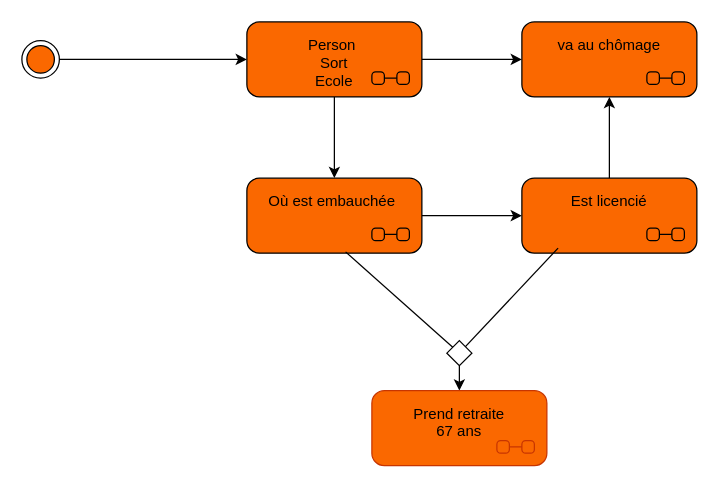
Before: Untitled Diagram.drawio in GillesRaepsaet/BaseHtml, a draw.io diagram. Source tidied: cells renumbered, new cells numbered last; positions are measured from the earlier drawing's top-left corner, leaving out a move shared by most shapes. Both pictures are drawn from the tidied source at 125%, with x=0, y=0 at pixel (21, 21).
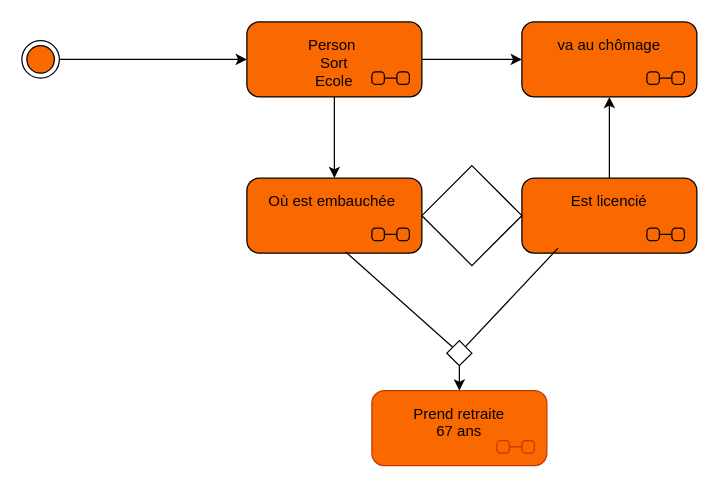
After the change.

Commit message:
Diagramme d’état-transition/PersonSortEcole

The edit, as a diff of the source:
```diff
@@
 <mxGraphModel>
   <root>
     <mxCell id="0" />
     <mxCell id="1" parent="0" />
     <mxCell id="2" style="edgeStyle=orthogonalEdgeStyle;rounded=1;jettySize=auto;html=1;exitX=1;exitY=0.5;exitDx=0;exitDy=0;fillColor=#fa6800;strokeColor=default;shadow=0;" parent="1" edge="1" source="3">
       <mxGeometry relative="1" as="geometry">
         <mxPoint x="180" y="30" as="targetPoint" />
       </mxGeometry>
     </mxCell>
     <mxCell id="3" style="ellipse;html=1;shape=endState;fillColor=#fa6800;strokeColor=default;rounded=1;fontColor=#000000;shadow=0;" parent="1" vertex="1">
       <mxGeometry y="15" width="30" height="30" as="geometry" />
     </mxCell>
     <mxCell id="4" style="edgeStyle=orthogonalEdgeStyle;rounded=1;jettySize=auto;html=1;fillColor=#fa6800;strokeColor=default;shadow=0;" parent="1" edge="1" source="6" target="7">
       <mxGeometry relative="1" as="geometry" />
     </mxCell>
     <mxCell id="5" style="edgeStyle=orthogonalEdgeStyle;rounded=0;hachureGap=4;jettySize=auto;html=1;exitX=0.5;exitY=1;exitDx=0;exitDy=0;entryX=0.5;entryY=0;entryDx=0;entryDy=0;fontFamily=Architects Daughter;" parent="1" edge="1" source="6" target="9">
       <mxGeometry relative="1" as="geometry" />
     </mxCell>
     <mxCell id="6" value="Person&amp;nbsp;&lt;div&gt;Sort&lt;/div&gt;&lt;div&gt;Ecole&lt;/div&gt;" style="shape=umlState;rounded=1;verticalAlign=top;spacingTop=5;umlStateSymbol=collapseState;absoluteArcSize=1;arcSize=10;html=1;whiteSpace=wrap;fillColor=#fa6800;fontColor=#000000;strokeColor=default;shadow=0;" parent="1" vertex="1">
       <mxGeometry x="180" width="140" height="60" as="geometry" />
     </mxCell>
     <mxCell id="7" value="va au chômage" style="shape=umlState;rounded=1;verticalAlign=top;spacingTop=5;umlStateSymbol=collapseState;absoluteArcSize=1;arcSize=10;html=1;whiteSpace=wrap;fillColor=#fa6800;fontColor=#000000;strokeColor=default;shadow=0;" parent="1" vertex="1">
       <mxGeometry x="400" width="140" height="60" as="geometry" />
     </mxCell>
     <mxCell id="8" style="rounded=0;jettySize=auto;html=1;elbow=vertical;" parent="1" edge="1" source="9" target="11">
       <mxGeometry relative="1" as="geometry" />
     </mxCell>
     <mxCell id="9" value="Où est embauchée&amp;nbsp;" style="shape=umlState;rounded=1;verticalAlign=top;spacingTop=5;umlStateSymbol=collapseState;absoluteArcSize=1;arcSize=10;html=1;whiteSpace=wrap;fillColor=#fa6800;fontColor=#000000;strokeColor=default;shadow=0;" parent="1" vertex="1">
       <mxGeometry x="180" y="125" width="140" height="60" as="geometry" />
     </mxCell>
     <mxCell id="10" style="edgeStyle=orthogonalEdgeStyle;rounded=0;jettySize=auto;html=1;exitX=0.5;exitY=0;exitDx=0;exitDy=0;entryX=0.5;entryY=1;entryDx=0;entryDy=0;" parent="1" edge="1" source="11" target="7">
       <mxGeometry relative="1" as="geometry" />
     </mxCell>
     <mxCell id="11" value="Est licencié" style="shape=umlState;rounded=1;verticalAlign=top;spacingTop=5;umlStateSymbol=collapseState;absoluteArcSize=1;arcSize=10;html=1;whiteSpace=wrap;fillColor=#fa6800;fontColor=#000000;strokeColor=default;shadow=0;" parent="1" vertex="1">
       <mxGeometry x="400" y="125" width="140" height="60" as="geometry" />
     </mxCell>
     <mxCell id="12" style="edgeStyle=orthogonalEdgeStyle;rounded=0;jettySize=auto;html=1;exitX=0.5;exitY=1;exitDx=0;exitDy=0;entryX=0.5;entryY=0;entryDx=0;entryDy=0;" parent="1" edge="1" source="13" target="16">
       <mxGeometry relative="1" as="geometry" />
     </mxCell>
     <mxCell id="13" style="rhombus;" parent="1" vertex="1">
       <mxGeometry x="340" y="255" width="20" height="20" as="geometry" />
     </mxCell>
     <mxCell id="14" style="endArrow=none;html=1;rounded=0;align=center;verticalAlign=bottom;labelBackgroundColor=none;exitX=0.564;exitY=0.983;exitDx=0;exitDy=0;exitPerimeter=0;" parent="1" edge="1" source="9" target="13">
       <mxGeometry relative="1" as="geometry" />
     </mxCell>
     <mxCell id="15" style="endArrow=none;html=1;rounded=0;align=center;verticalAlign=bottom;labelBackgroundColor=none;entryX=0.207;entryY=0.933;entryDx=0;entryDy=0;entryPerimeter=0;" parent="1" edge="1" source="13" target="11">
       <mxGeometry relative="1" as="geometry" />
     </mxCell>
     <mxCell id="16" value="Prend retraite&lt;div&gt;67 ans&lt;/div&gt;" style="shape=umlState;rounded=1;verticalAlign=top;spacingTop=5;umlStateSymbol=collapseState;absoluteArcSize=1;arcSize=10;html=1;whiteSpace=wrap;fillColor=#fa6800;fontColor=#000000;strokeColor=#C73500;" parent="1" vertex="1">
       <mxGeometry x="280" y="295" width="140" height="60" as="geometry" />
     </mxCell>
+    <mxCell id="17" style="rhombus;whiteSpace=wrap;html=1;" parent="1" vertex="1">
+      <mxGeometry x="320" y="115" width="80" height="80" as="geometry" />
+    </mxCell>
   </root>
 </mxGraphModel>
```
